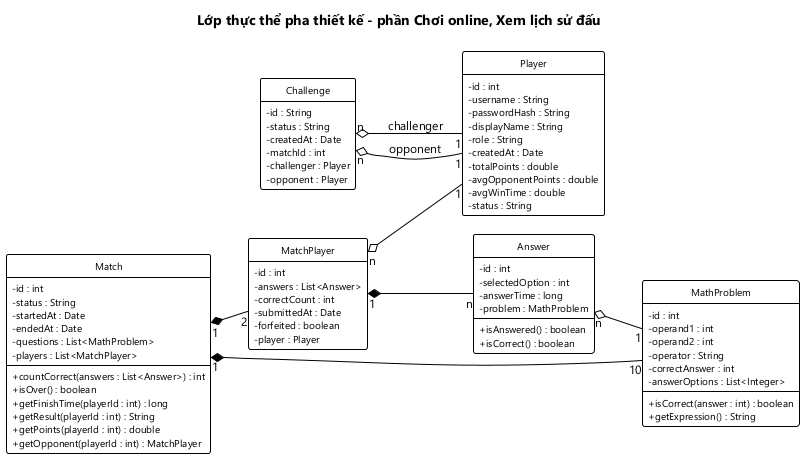
This is docs/hung/lop-thuc-the-hung.png from HungNguyenBa1811/math-dash, a PlantUML export, as it was before one commit.
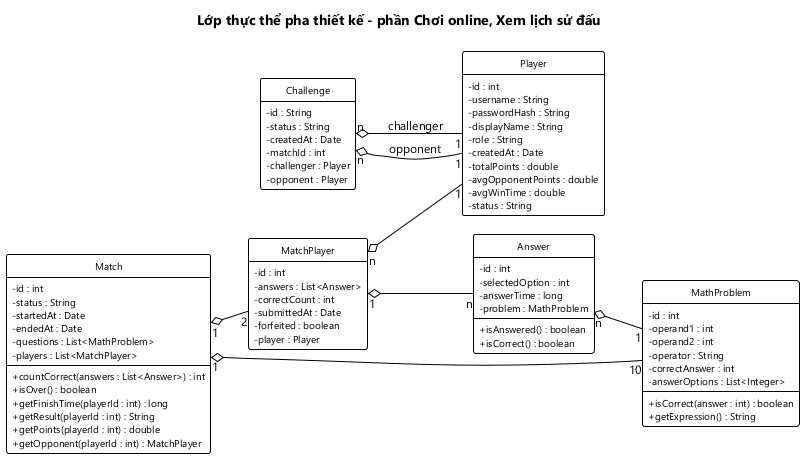
The same diagram one commit later.

What changed in the source:
```diff
@@ -82,9 +82,9 @@
 
 Challenge "n" o-- "1" Player : challenger
 Challenge "n" o-- "1" Player : opponent
-Match "1" *-- "2" MatchPlayer
+Match "1" o-- "2" MatchPlayer
 MatchPlayer "n" o-- "1" Player
-Match "1" *-- "10" MathProblem
-MatchPlayer "1" *-- "n" Answer
+Match "1" o-- "10" MathProblem
+MatchPlayer "1" o-- "n" Answer
 Answer "n" o-- "1" MathProblem
 @enduml
```
